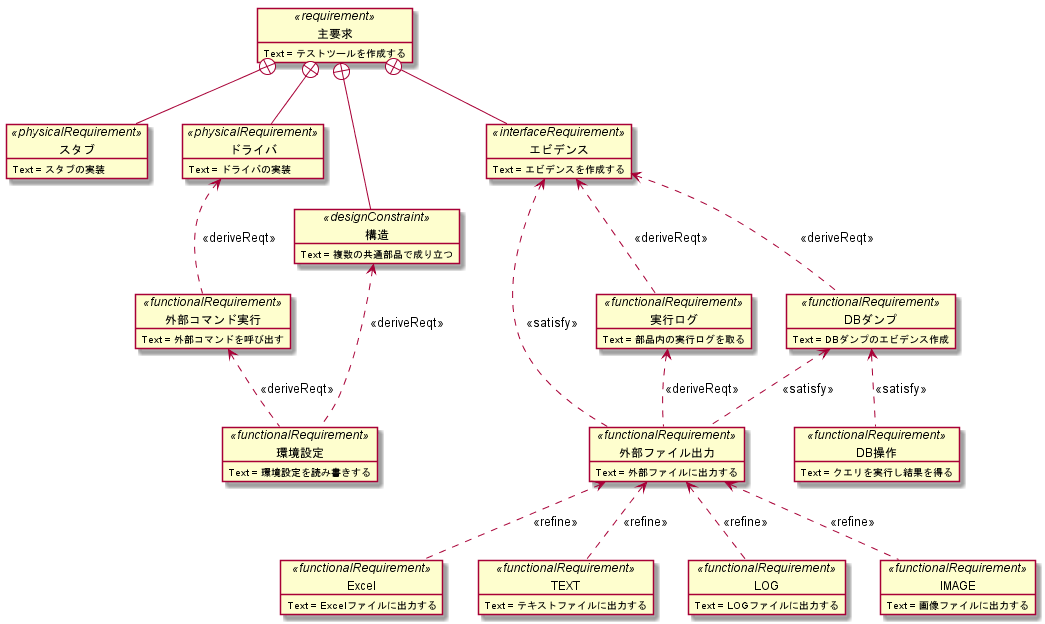
The PlantUML diagram doc/01_要件定義/img/要求図.png in hirorich/CommonTool, before a commit.
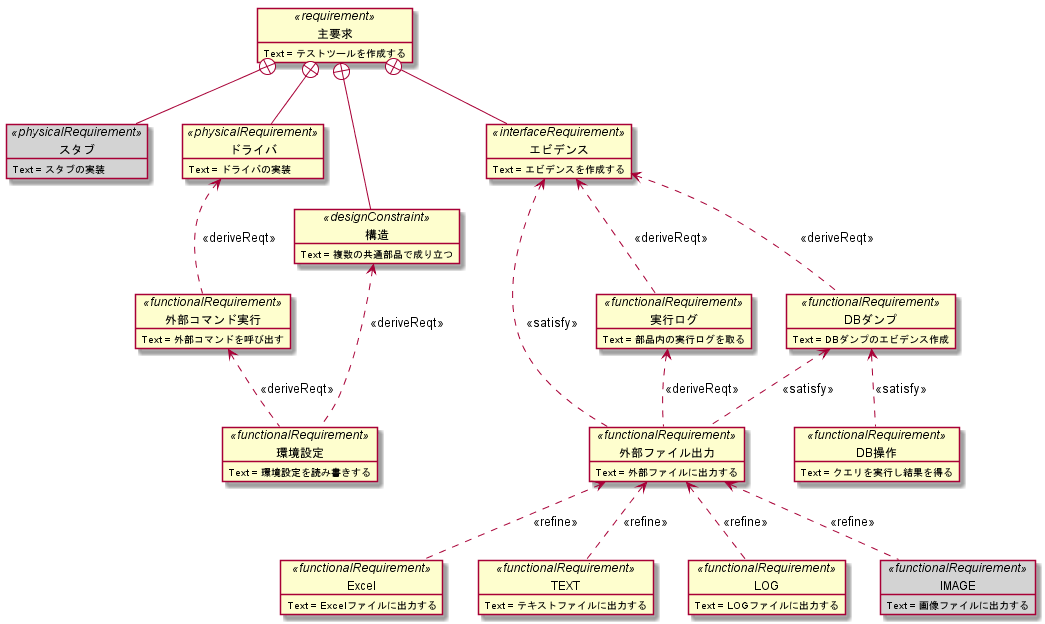
The same diagram one commit later.

Change to the diagram source:
```diff
@@ -4,7 +4,7 @@
   Text = テストツールを作成する
 }
 
-object スタブ<<physicalRequirement>> {
+object スタブ<<physicalRequirement>> #lightgrey {
   Text = スタブの実装
 }
 主要求 +-- スタブ
@@ -72,7 +72,7 @@
 }
 外部ファイル出力 <.. LOG:<<refine>>
 
-object IMAGE<<functionalRequirement>> {
+object IMAGE<<functionalRequirement>> #lightgrey {
   Text = 画像ファイルに出力する
 }
 外部ファイル出力 <.. IMAGE:<<refine>>
```
